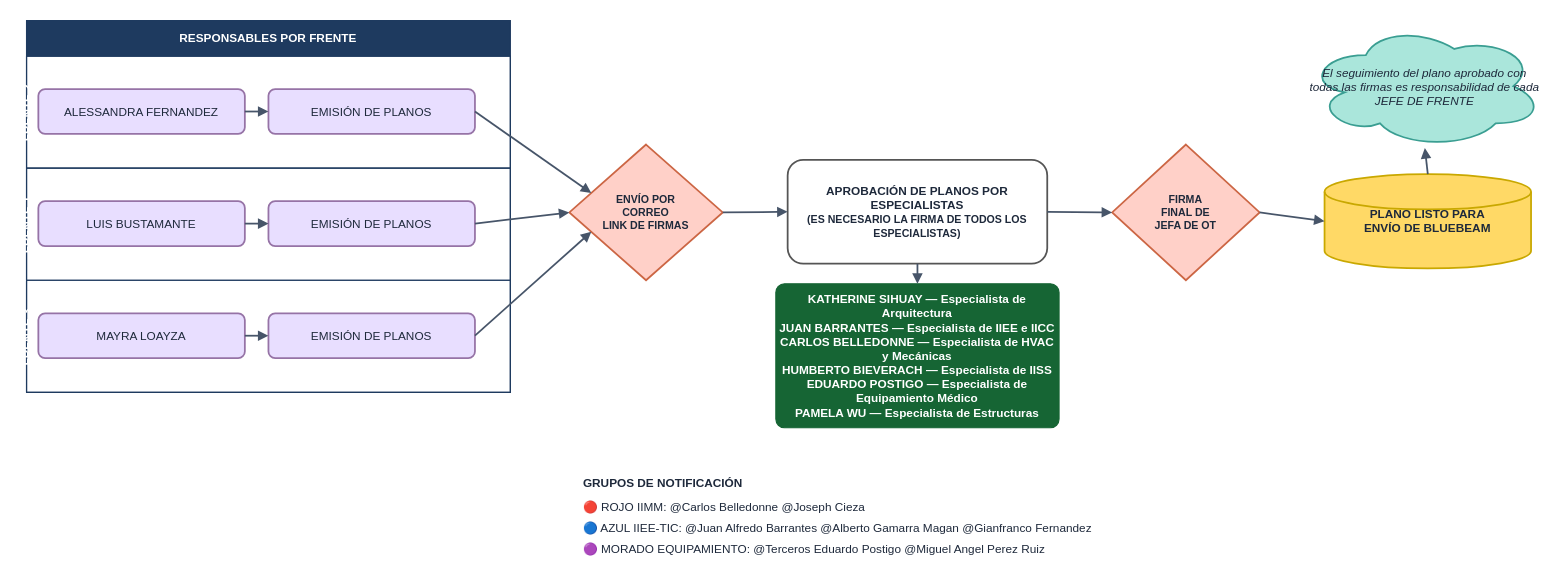
Above: flujogramas_v2/FS_Planos_THSSB.drawio in ehchavezm-hub/15-otazangaro (draw.io), before the change. Source tidied: cells renumbered, new cells numbered last; positions are measured from the earlier drawing's top-left corner, leaving out a move shared by most shapes. Both pictures are drawn from the tidied source at 118%, with x=0, y=0 at pixel (26, 20).
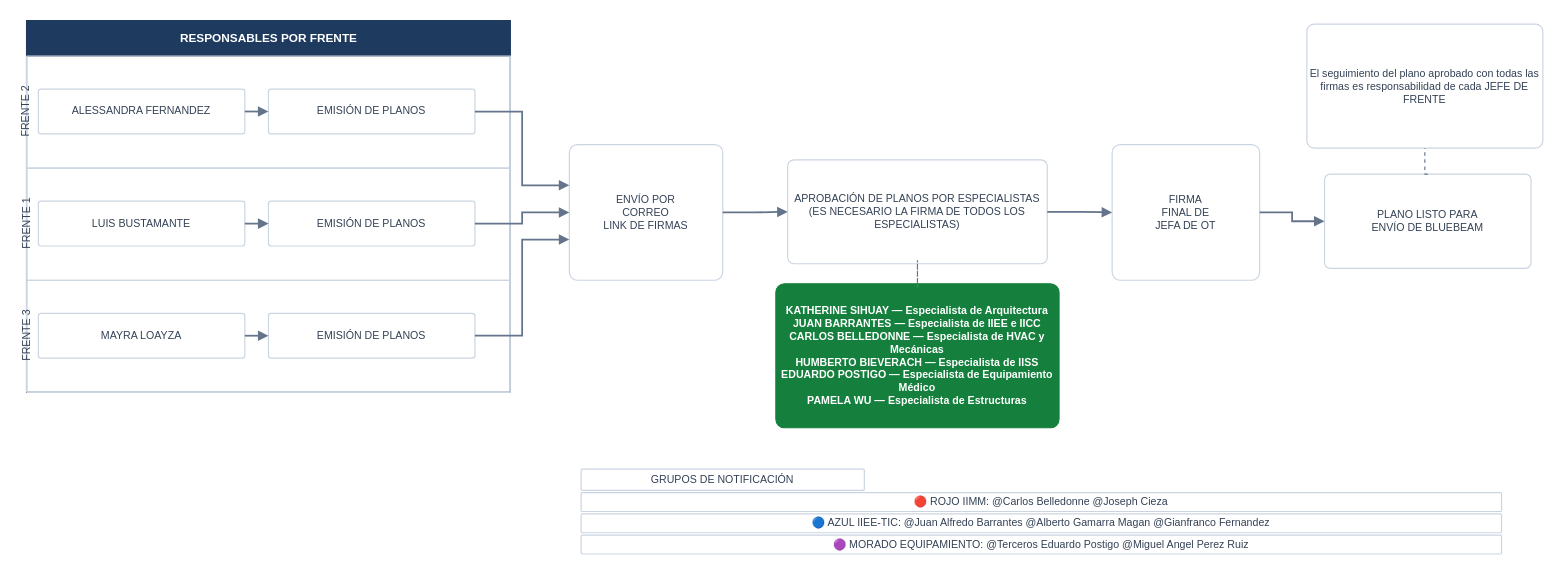
Above is the later version.

Diff of the diagram source:
```diff
@@
-    <mxCell id="2" value="RESPONSABLES POR FRENTE" style="swimlane;startSize=30;startFill=1;swimlaneLine=1;fillColor=#1E3A5F;strokeColor=#1E3A5F;fontColor=#FFFFFF;fontFamily=Helvetica;fontSize=10;fontStyle=1;horizontal=1;" parent="1" vertex="1">
+    <mxCell id="2" value="RESPONSABLES POR FRENTE" style="swimlane;startFill=1;startSize=30;html=1;fillColor=#1E3A5F;strokeColor=#1E3A5F;fontColor=#FFFFFF;fontFamily=Helvetica;fontSize=10;fontStyle=1;swimlaneLine=1;" parent="1" vertex="1">
       <mxGeometry width="410" height="315" as="geometry" />
     </mxCell>
-    <mxCell id="3" value="FRENTE 2" style="swimlane;startSize=0;startFill=1;swimlaneLine=1;fillColor=#1E3A5F;strokeColor=#1E3A5F;fontColor=#FFFFFF;fontFamily=Helvetica;fontSize=10;fontStyle=1;horizontal=0;" parent="2" vertex="1">
+    <mxCell id="3" value="FRENTE 2" style="swimlane;startFill=1;swimlaneLine=1;startSize=0;horizontal=0;html=1;fillColor=#F1F5F9;strokeColor=#CBD5E1;fontColor=#334155;fontFamily=Helvetica;fontSize=9;fontStyle=0;" parent="2" vertex="1">
       <mxGeometry y="30" width="410" height="95" as="geometry" />
     </mxCell>
-    <mxCell id="4" value="ALESSANDRA FERNANDEZ" style="rounded=1;whiteSpace=wrap;html=1;fillColor=#E8DEFF;strokeColor=#9673A6;fontColor=#1E293B;fontSize=10;strokeWidth=1.5;fontFamily=Helvetica;" parent="3" vertex="1">
+    <mxCell id="4" value="ALESSANDRA FERNANDEZ" style="rounded=1;arcSize=6;whiteSpace=wrap;html=1;fontFamily=Helvetica;fontSize=9;fillColor=#FFFFFF;strokeColor=#CBD5E1;fontColor=#334155;strokeWidth=1;" parent="3" vertex="1">
       <mxGeometry x="10" y="28" width="175" height="38" as="geometry" />
     </mxCell>
-    <mxCell id="5" value="EMISIÓN DE PLANOS" style="rounded=1;whiteSpace=wrap;html=1;fillColor=#E8DEFF;strokeColor=#9673A6;fontColor=#1E293B;fontSize=10;strokeWidth=1.5;fontFamily=Helvetica;" parent="3" vertex="1">
+    <mxCell id="5" value="EMISIÓN DE PLANOS" style="rounded=1;arcSize=6;whiteSpace=wrap;html=1;fontFamily=Helvetica;fontSize=9;fillColor=#FFFFFF;strokeColor=#CBD5E1;fontColor=#334155;strokeWidth=1;" parent="3" vertex="1">
       <mxGeometry x="205" y="28" width="175" height="38" as="geometry" />
     </mxCell>
-    <mxCell id="6" value="FRENTE 1" style="swimlane;startSize=0;startFill=1;swimlaneLine=1;fillColor=#1E3A5F;strokeColor=#1E3A5F;fontColor=#FFFFFF;fontFamily=Helvetica;fontSize=10;fontStyle=1;horizontal=0;" parent="2" vertex="1">
+    <mxCell id="6" value="FRENTE 1" style="swimlane;startFill=1;swimlaneLine=1;startSize=0;horizontal=0;html=1;fillColor=#F1F5F9;strokeColor=#CBD5E1;fontColor=#334155;fontFamily=Helvetica;fontSize=9;fontStyle=0;" parent="2" vertex="1">
       <mxGeometry y="125" width="410" height="95" as="geometry" />
     </mxCell>
-    <mxCell id="7" value="LUIS BUSTAMANTE" style="rounded=1;whiteSpace=wrap;html=1;fillColor=#E8DEFF;strokeColor=#9673A6;fontColor=#1E293B;fontSize=10;strokeWidth=1.5;fontFamily=Helvetica;" parent="6" vertex="1">
+    <mxCell id="7" value="LUIS BUSTAMANTE" style="rounded=1;arcSize=6;whiteSpace=wrap;html=1;fontFamily=Helvetica;fontSize=9;fillColor=#FFFFFF;strokeColor=#CBD5E1;fontColor=#334155;strokeWidth=1;" parent="6" vertex="1">
       <mxGeometry x="10" y="28" width="175" height="38" as="geometry" />
     </mxCell>
-    <mxCell id="8" value="EMISIÓN DE PLANOS" style="rounded=1;whiteSpace=wrap;html=1;fillColor=#E8DEFF;strokeColor=#9673A6;fontColor=#1E293B;fontSize=10;strokeWidth=1.5;fontFamily=Helvetica;" parent="6" vertex="1">
+    <mxCell id="8" value="EMISIÓN DE PLANOS" style="rounded=1;arcSize=6;whiteSpace=wrap;html=1;fontFamily=Helvetica;fontSize=9;fillColor=#FFFFFF;strokeColor=#CBD5E1;fontColor=#334155;strokeWidth=1;" parent="6" vertex="1">
       <mxGeometry x="205" y="28" width="175" height="38" as="geometry" />
     </mxCell>
-    <mxCell id="9" value="FRENTE 3" style="swimlane;startSize=0;startFill=1;swimlaneLine=1;fillColor=#1E3A5F;strokeColor=#1E3A5F;fontColor=#FFFFFF;fontFamily=Helvetica;fontSize=10;fontStyle=1;horizontal=0;" parent="2" vertex="1">
+    <mxCell id="9" value="FRENTE 3" style="swimlane;startFill=1;swimlaneLine=1;startSize=0;horizontal=0;html=1;fillColor=#F1F5F9;strokeColor=#CBD5E1;fontColor=#334155;fontFamily=Helvetica;fontSize=9;fontStyle=0;" parent="2" vertex="1">
       <mxGeometry y="220" width="410" height="95" as="geometry" />
     </mxCell>
-    <mxCell id="10" value="MAYRA LOAYZA" style="rounded=1;whiteSpace=wrap;html=1;fillColor=#E8DEFF;strokeColor=#9673A6;fontColor=#1E293B;fontSize=10;strokeWidth=1.5;fontFamily=Helvetica;" parent="9" vertex="1">
+    <mxCell id="10" value="MAYRA LOAYZA" style="rounded=1;arcSize=6;whiteSpace=wrap;html=1;fontFamily=Helvetica;fontSize=9;fillColor=#FFFFFF;strokeColor=#CBD5E1;fontColor=#334155;strokeWidth=1;" parent="9" vertex="1">
       <mxGeometry x="10" y="28" width="175" height="38" as="geometry" />
     </mxCell>
-    <mxCell id="11" value="EMISIÓN DE PLANOS" style="rounded=1;whiteSpace=wrap;html=1;fillColor=#E8DEFF;strokeColor=#9673A6;fontColor=#1E293B;fontSize=10;strokeWidth=1.5;fontFamily=Helvetica;" parent="9" vertex="1">
+    <mxCell id="11" value="EMISIÓN DE PLANOS" style="rounded=1;arcSize=6;whiteSpace=wrap;html=1;fontFamily=Helvetica;fontSize=9;fillColor=#FFFFFF;strokeColor=#CBD5E1;fontColor=#334155;strokeWidth=1;" parent="9" vertex="1">
       <mxGeometry x="205" y="28" width="175" height="38" as="geometry" />
     </mxCell>
-    <mxCell id="12" value="ENVÍO POR&lt;br/&gt;CORREO&lt;br/&gt;LINK DE FIRMAS" style="rhombus;whiteSpace=wrap;html=1;fillColor=#FFD0C8;strokeColor=#CC6644;fontColor=#1E293B;fontStyle=1;fontSize=9;verticalAlign=middle;strokeWidth=1.5;fontFamily=Helvetica;" parent="1" vertex="1">
+    <mxCell id="12" value="ENVÍO POR&lt;br/&gt;CORREO&lt;br/&gt;LINK DE FIRMAS" style="rounded=1;arcSize=6;whiteSpace=wrap;html=1;fontFamily=Helvetica;fontSize=9;fillColor=#FFFFFF;strokeColor=#CBD5E1;fontColor=#334155;strokeWidth=1;" parent="1" vertex="1">
       <mxGeometry x="460" y="105" width="130" height="115" as="geometry" />
     </mxCell>
-    <mxCell id="13" value="APROBACIÓN DE PLANOS POR ESPECIALISTAS&lt;br/&gt;&lt;font style=&quot;font-size:9px;&quot;&gt;(ES NECESARIO LA FIRMA DE TODOS LOS ESPECIALISTAS)&lt;/font&gt;" style="rounded=1;whiteSpace=wrap;html=1;fillColor=#ffffff;strokeColor=#555555;fontColor=#1E293B;fontStyle=1;fontSize=10;strokeWidth=1.5;fontFamily=Helvetica;" parent="1" vertex="1">
+    <mxCell id="13" value="APROBACIÓN DE PLANOS POR ESPECIALISTAS&lt;br/&gt;&lt;font style=&quot;font-size:9px;&quot;&gt;(ES NECESARIO LA FIRMA DE TODOS LOS ESPECIALISTAS)&lt;/font&gt;" style="rounded=1;arcSize=6;whiteSpace=wrap;html=1;fontFamily=Helvetica;fontSize=9;fillColor=#FFFFFF;strokeColor=#CBD5E1;fontColor=#334155;strokeWidth=1;" parent="1" vertex="1">
       <mxGeometry x="645" y="118" width="220" height="88" as="geometry" />
     </mxCell>
-    <mxCell id="14" value="&lt;b&gt;KATHERINE SIHUAY&lt;/b&gt; — Especialista de Arquitectura&lt;br/&gt;&lt;b&gt;JUAN BARRANTES&lt;/b&gt; — Especialista de IIEE e IICC&lt;br/&gt;&lt;b&gt;CARLOS BELLEDONNE&lt;/b&gt; — Especialista de HVAC y Mecánicas&lt;br/&gt;&lt;b&gt;HUMBERTO BIEVERACH&lt;/b&gt; — Especialista de IISS&lt;br/&gt;&lt;b&gt;EDUARDO POSTIGO&lt;/b&gt; — Especialista de Equipamiento Médico&lt;br/&gt;&lt;b&gt;PAMELA WU&lt;/b&gt; — Especialista de Estructuras" style="rounded=1;arcSize=6;whiteSpace=wrap;html=1;fontFamily=Helvetica;fontSize=10;fontStyle=1;fillColor=#166534;strokeColor=#166534;fontColor=#FFFFFF;" parent="1" vertex="1">
+    <mxCell id="14" value="&lt;b&gt;KATHERINE SIHUAY&lt;/b&gt; — Especialista de Arquitectura&lt;br/&gt;&lt;b&gt;JUAN BARRANTES&lt;/b&gt; — Especialista de IIEE e IICC&lt;br/&gt;&lt;b&gt;CARLOS BELLEDONNE&lt;/b&gt; — Especialista de HVAC y Mecánicas&lt;br/&gt;&lt;b&gt;HUMBERTO BIEVERACH&lt;/b&gt; — Especialista de IISS&lt;br/&gt;&lt;b&gt;EDUARDO POSTIGO&lt;/b&gt; — Especialista de Equipamiento Médico&lt;br/&gt;&lt;b&gt;PAMELA WU&lt;/b&gt; — Especialista de Estructuras" style="rounded=1;arcSize=6;whiteSpace=wrap;html=1;fontFamily=Helvetica;fontSize=9;fontStyle=1;fillColor=#15803D;strokeColor=#15803D;fontColor=#FFFFFF;strokeWidth=1;" parent="1" vertex="1">
       <mxGeometry x="635" y="223" width="240" height="122" as="geometry" />
     </mxCell>
-    <mxCell id="15" value="FIRMA&lt;br/&gt;FINAL DE&lt;br/&gt;JEFA DE OT" style="rhombus;whiteSpace=wrap;html=1;fillColor=#FFD0C8;strokeColor=#CC6644;fontColor=#1E293B;fontStyle=1;fontSize=9;verticalAlign=middle;strokeWidth=1.5;fontFamily=Helvetica;" parent="1" vertex="1">
+    <mxCell id="15" value="FIRMA&lt;br/&gt;FINAL DE&lt;br/&gt;JEFA DE OT" style="rounded=1;arcSize=6;whiteSpace=wrap;html=1;fontFamily=Helvetica;fontSize=9;fillColor=#FFFFFF;strokeColor=#CBD5E1;fontColor=#334155;strokeWidth=1;" parent="1" vertex="1">
       <mxGeometry x="920" y="105" width="125" height="115" as="geometry" />
     </mxCell>
-    <mxCell id="16" value="El seguimiento del plano aprobado con todas las firmas es responsabilidad de cada JEFE DE FRENTE" style="shape=cloud;whiteSpace=wrap;html=1;fillColor=#AAE6DB;strokeColor=#3a9e92;fontColor=#1E293B;fontSize=10;fontStyle=2;strokeWidth=1.5;fontFamily=Helvetica;" parent="1" vertex="1">
+    <mxCell id="16" value="El seguimiento del plano aprobado con todas las firmas es responsabilidad de cada JEFE DE FRENTE" style="rounded=1;arcSize=6;whiteSpace=wrap;html=1;fontFamily=Helvetica;fontSize=9;fillColor=#FFFFFF;strokeColor=#CBD5E1;fontColor=#334155;strokeWidth=1;" parent="1" vertex="1">
       <mxGeometry x="1085" y="3" width="200" height="105" as="geometry" />
     </mxCell>
-    <mxCell id="17" value="PLANO LISTO PARA&lt;br/&gt;ENVÍO DE BLUEBEAM" style="shape=cylinder3;whiteSpace=wrap;html=1;fillColor=#FFD966;strokeColor=#C9A800;fontColor=#1E293B;fontStyle=1;fontSize=10;verticalAlign=middle;strokeWidth=1.5;fontFamily=Helvetica;" parent="1" vertex="1">
+    <mxCell id="17" value="PLANO LISTO PARA&lt;br/&gt;ENVÍO DE BLUEBEAM" style="rounded=1;arcSize=6;whiteSpace=wrap;html=1;fontFamily=Helvetica;fontSize=9;fillColor=#FFFFFF;strokeColor=#CBD5E1;fontColor=#334155;strokeWidth=1;" parent="1" vertex="1">
       <mxGeometry x="1100" y="130" width="175" height="80" as="geometry" />
     </mxCell>
@@
-    <mxCell id="19" value="GRUPOS DE NOTIFICACIÓN" style="text;html=1;strokeColor=none;fillColor=none;fontStyle=1;fontSize=10;align=left;strokeWidth=1.5;fontFamily=Helvetica;fontColor=#1E293B;whiteSpace=wrap;" parent="1" vertex="1">
+    <mxCell id="19" value="GRUPOS DE NOTIFICACIÓN" style="rounded=1;arcSize=6;whiteSpace=wrap;html=1;fontFamily=Helvetica;fontSize=9;fillColor=#FFFFFF;strokeColor=#CBD5E1;fontColor=#334155;strokeWidth=1;" parent="1" vertex="1">
       <mxGeometry x="470" y="380" width="240" height="18" as="geometry" />
     </mxCell>
-    <mxCell id="20" value="🔴  ROJO IIMM: @Carlos Belledonne  @Joseph Cieza" style="text;html=1;strokeColor=none;fillColor=none;fontSize=10;align=left;fontColor=#1E293B;strokeWidth=1.5;fontFamily=Helvetica;whiteSpace=wrap;" parent="1" vertex="1">
+    <mxCell id="20" value="🔴  ROJO IIMM: @Carlos Belledonne  @Joseph Cieza" style="rounded=1;arcSize=6;whiteSpace=wrap;html=1;fontFamily=Helvetica;fontSize=9;fillColor=#FFFFFF;strokeColor=#CBD5E1;fontColor=#334155;strokeWidth=1;" parent="1" vertex="1">
       <mxGeometry x="470" y="400" width="780" height="16" as="geometry" />
     </mxCell>
-    <mxCell id="21" value="🔵  AZUL IIEE-TIC: @Juan Alfredo Barrantes  @Alberto Gamarra Magan  @Gianfranco Fernandez" style="text;html=1;strokeColor=none;fillColor=none;fontSize=10;align=left;fontColor=#1E293B;strokeWidth=1.5;fontFamily=Helvetica;whiteSpace=wrap;" parent="1" vertex="1">
+    <mxCell id="21" value="🔵  AZUL IIEE-TIC: @Juan Alfredo Barrantes  @Alberto Gamarra Magan  @Gianfranco Fernandez" style="rounded=1;arcSize=6;whiteSpace=wrap;html=1;fontFamily=Helvetica;fontSize=9;fillColor=#FFFFFF;strokeColor=#CBD5E1;fontColor=#334155;strokeWidth=1;" parent="1" vertex="1">
       <mxGeometry x="470" y="418" width="780" height="16" as="geometry" />
     </mxCell>
-    <mxCell id="22" value="🟣  MORADO EQUIPAMIENTO: @Terceros Eduardo Postigo  @Miguel Angel Perez Ruiz" style="text;html=1;strokeColor=none;fillColor=none;fontSize=10;align=left;fontColor=#1E293B;strokeWidth=1.5;fontFamily=Helvetica;whiteSpace=wrap;" parent="1" vertex="1">
+    <mxCell id="22" value="🟣  MORADO EQUIPAMIENTO: @Terceros Eduardo Postigo  @Miguel Angel Perez Ruiz" style="rounded=1;arcSize=6;whiteSpace=wrap;html=1;fontFamily=Helvetica;fontSize=9;fillColor=#FFFFFF;strokeColor=#CBD5E1;fontColor=#334155;strokeWidth=1;" parent="1" vertex="1">
       <mxGeometry x="470" y="436" width="780" height="16" as="geometry" />
     </mxCell>
-    <mxCell id="23" style="rounded=0;jettySize=auto;html=1;strokeColor=#475569;strokeWidth=1.5;endArrow=block;endFill=1;endSize=5;fontFamily=Helvetica;fontSize=8;fontColor=#374151;exitX=1;exitY=0.5;exitDx=0;exitDy=0;entryX=0;entryY=0.5;entryDx=0;entryDy=0;" parent="3" edge="1" source="4" target="5">
+    <mxCell id="23" style="edgeStyle=orthogonalEdgeStyle;rounded=0;jettySize=auto;html=1;strokeColor=#64748B;strokeWidth=1.5;endArrow=block;endFill=1;endSize=5;fontFamily=Helvetica;fontSize=8;fontStyle=0;fontColor=#475569;exitX=1;exitY=0.5;exitDx=0;exitDy=0;entryX=0;entryY=0.5;entryDx=0;entryDy=0;" parent="3" edge="1" source="4" target="5">
       <mxGeometry relative="1" as="geometry" />
     </mxCell>
-    <mxCell id="24" style="rounded=0;jettySize=auto;html=1;strokeColor=#475569;strokeWidth=1.5;endArrow=block;endFill=1;endSize=5;fontFamily=Helvetica;fontSize=8;fontColor=#374151;exitX=1;exitY=0.5;exitDx=0;exitDy=0;entryX=0;entryY=0.5;entryDx=0;entryDy=0;" parent="6" edge="1" source="7" target="8">
+    <mxCell id="24" style="edgeStyle=orthogonalEdgeStyle;rounded=0;jettySize=auto;html=1;strokeColor=#64748B;strokeWidth=1.5;endArrow=block;endFill=1;endSize=5;fontFamily=Helvetica;fontSize=8;fontStyle=0;fontColor=#475569;exitX=1;exitY=0.5;exitDx=0;exitDy=0;entryX=0;entryY=0.5;entryDx=0;entryDy=0;" parent="6" edge="1" source="7" target="8">
       <mxGeometry relative="1" as="geometry" />
     </mxCell>
-    <mxCell id="25" style="rounded=0;jettySize=auto;html=1;strokeColor=#475569;strokeWidth=1.5;endArrow=block;endFill=1;endSize=5;fontFamily=Helvetica;fontSize=8;fontColor=#374151;exitX=1;exitY=0.5;exitDx=0;exitDy=0;entryX=0;entryY=0.5;entryDx=0;entryDy=0;" parent="9" edge="1" source="10" target="11">
+    <mxCell id="25" style="edgeStyle=orthogonalEdgeStyle;rounded=0;jettySize=auto;html=1;strokeColor=#64748B;strokeWidth=1.5;endArrow=block;endFill=1;endSize=5;fontFamily=Helvetica;fontSize=8;fontStyle=0;fontColor=#475569;exitX=1;exitY=0.5;exitDx=0;exitDy=0;entryX=0;entryY=0.5;entryDx=0;entryDy=0;" parent="9" edge="1" source="10" target="11">
       <mxGeometry relative="1" as="geometry" />
     </mxCell>
-    <mxCell id="26" style="rounded=0;jettySize=auto;html=1;strokeColor=#475569;strokeWidth=1.5;endArrow=block;endFill=1;endSize=5;fontFamily=Helvetica;fontSize=8;fontColor=#374151;exitX=1;exitY=0.5;exitDx=0;exitDy=0;entryX=0;entryY=0.3;entryDx=0;entryDy=0;" parent="1" edge="1" source="5" target="12">
+    <mxCell id="26" style="edgeStyle=orthogonalEdgeStyle;rounded=0;jettySize=auto;html=1;strokeColor=#64748B;strokeWidth=1.5;endArrow=block;endFill=1;endSize=5;fontFamily=Helvetica;fontSize=8;fontStyle=0;fontColor=#475569;exitX=1;exitY=0.5;exitDx=0;exitDy=0;entryX=0;entryY=0.3;entryDx=0;entryDy=0;" parent="1" edge="1" source="5" target="12">
       <mxGeometry relative="1" as="geometry" />
     </mxCell>
-    <mxCell id="27" style="rounded=0;jettySize=auto;html=1;strokeColor=#475569;strokeWidth=1.5;endArrow=block;endFill=1;endSize=5;fontFamily=Helvetica;fontSize=8;fontColor=#374151;exitX=1;exitY=0.5;exitDx=0;exitDy=0;entryX=0;entryY=0.5;entryDx=0;entryDy=0;" parent="1" edge="1" source="8" target="12">
+    <mxCell id="27" style="edgeStyle=orthogonalEdgeStyle;rounded=0;jettySize=auto;html=1;strokeColor=#64748B;strokeWidth=1.5;endArrow=block;endFill=1;endSize=5;fontFamily=Helvetica;fontSize=8;fontStyle=0;fontColor=#475569;exitX=1;exitY=0.5;exitDx=0;exitDy=0;entryX=0;entryY=0.5;entryDx=0;entryDy=0;" parent="1" edge="1" source="8" target="12">
       <mxGeometry relative="1" as="geometry" />
     </mxCell>
-    <mxCell id="28" style="rounded=0;jettySize=auto;html=1;strokeColor=#475569;strokeWidth=1.5;endArrow=block;endFill=1;endSize=5;fontFamily=Helvetica;fontSize=8;fontColor=#374151;exitX=1;exitY=0.5;exitDx=0;exitDy=0;entryX=0;entryY=0.7;entryDx=0;entryDy=0;" parent="1" edge="1" source="11" target="12">
+    <mxCell id="28" style="edgeStyle=orthogonalEdgeStyle;rounded=0;jettySize=auto;html=1;strokeColor=#64748B;strokeWidth=1.5;endArrow=block;endFill=1;endSize=5;fontFamily=Helvetica;fontSize=8;fontStyle=0;fontColor=#475569;exitX=1;exitY=0.5;exitDx=0;exitDy=0;entryX=0;entryY=0.7;entryDx=0;entryDy=0;" parent="1" edge="1" source="11" target="12">
       <mxGeometry relative="1" as="geometry" />
     </mxCell>
-    <mxCell id="29" style="rounded=0;jettySize=auto;html=1;strokeColor=#475569;strokeWidth=1.5;endArrow=block;endFill=1;endSize=5;fontFamily=Helvetica;fontSize=8;fontColor=#374151;exitX=1;exitY=0.5;exitDx=0;exitDy=0;entryX=0;entryY=0.5;entryDx=0;entryDy=0;" parent="1" edge="1" source="12" target="13">
+    <mxCell id="29" style="edgeStyle=orthogonalEdgeStyle;rounded=0;jettySize=auto;html=1;strokeColor=#64748B;strokeWidth=1.5;endArrow=block;endFill=1;endSize=5;fontFamily=Helvetica;fontSize=8;fontStyle=0;fontColor=#475569;exitX=1;exitY=0.5;exitDx=0;exitDy=0;entryX=0;entryY=0.5;entryDx=0;entryDy=0;" parent="1" edge="1" source="12" target="13">
       <mxGeometry relative="1" as="geometry" />
     </mxCell>
-    <mxCell id="30" style="rounded=0;jettySize=auto;html=1;strokeColor=#475569;strokeWidth=1.5;endArrow=block;endFill=1;endSize=5;fontFamily=Helvetica;fontSize=8;fontColor=#374151;exitX=1;exitY=0.5;exitDx=0;exitDy=0;entryX=0;entryY=0.5;entryDx=0;entryDy=0;" parent="1" edge="1" source="13" target="15">
+    <mxCell id="30" style="edgeStyle=orthogonalEdgeStyle;rounded=0;jettySize=auto;html=1;strokeColor=#64748B;strokeWidth=1.5;endArrow=block;endFill=1;endSize=5;fontFamily=Helvetica;fontSize=8;fontStyle=0;fontColor=#475569;exitX=1;exitY=0.5;exitDx=0;exitDy=0;entryX=0;entryY=0.5;entryDx=0;entryDy=0;" parent="1" edge="1" source="13" target="15">
       <mxGeometry relative="1" as="geometry" />
     </mxCell>
-    <mxCell id="31" style="rounded=0;jettySize=auto;html=1;strokeColor=#475569;strokeWidth=1.5;endArrow=block;endFill=1;endSize=5;fontFamily=Helvetica;fontSize=8;fontColor=#374151;" parent="1" edge="1" source="13" target="14">
+    <mxCell id="31" style="edgeStyle=orthogonalEdgeStyle;rounded=0;jettySize=auto;html=1;strokeColor=#64748B;strokeWidth=1.5;endArrow=block;endFill=1;endSize=5;fontFamily=Helvetica;fontSize=8;fontStyle=0;fontColor=#475569;dashed=1;endArrow=none;endFill=0;strokeWidth=1;" parent="1" edge="1" source="13" target="14">
       <mxGeometry relative="1" as="geometry" />
     </mxCell>
-    <mxCell id="32" style="rounded=0;jettySize=auto;html=1;strokeColor=#475569;strokeWidth=1.5;endArrow=block;endFill=1;endSize=5;fontFamily=Helvetica;fontSize=8;fontColor=#374151;exitX=1;exitY=0.5;exitDx=0;exitDy=0;entryX=0;entryY=0.5;entryDx=0;entryDy=0;" parent="1" edge="1" source="15" target="17">
+    <mxCell id="32" style="edgeStyle=orthogonalEdgeStyle;rounded=0;jettySize=auto;html=1;strokeColor=#64748B;strokeWidth=1.5;endArrow=block;endFill=1;endSize=5;fontFamily=Helvetica;fontSize=8;fontStyle=0;fontColor=#475569;exitX=1;exitY=0.5;exitDx=0;exitDy=0;entryX=0;entryY=0.5;entryDx=0;entryDy=0;" parent="1" edge="1" source="15" target="17">
       <mxGeometry relative="1" as="geometry" />
     </mxCell>
-    <mxCell id="33" style="rounded=0;jettySize=auto;html=1;strokeColor=#475569;strokeWidth=1.5;endArrow=block;endFill=1;endSize=5;fontFamily=Helvetica;fontSize=8;fontColor=#374151;exitX=0.5;exitY=0;exitDx=0;exitDy=0;entryX=0.5;entryY=1;entryDx=0;entryDy=0;" parent="1" edge="1" source="17" target="16">
+    <mxCell id="33" style="edgeStyle=orthogonalEdgeStyle;rounded=0;jettySize=auto;html=1;strokeColor=#64748B;strokeWidth=1.5;endArrow=block;endFill=1;endSize=5;fontFamily=Helvetica;fontSize=8;fontStyle=0;fontColor=#475569;exitX=0.5;exitY=0;exitDx=0;exitDy=0;entryX=0.5;entryY=1;entryDx=0;entryDy=0;dashed=1;endArrow=none;endFill=0;strokeWidth=1;" parent="1" edge="1" source="17" target="16">
       <mxGeometry relative="1" as="geometry" />
     </mxCell>
```
